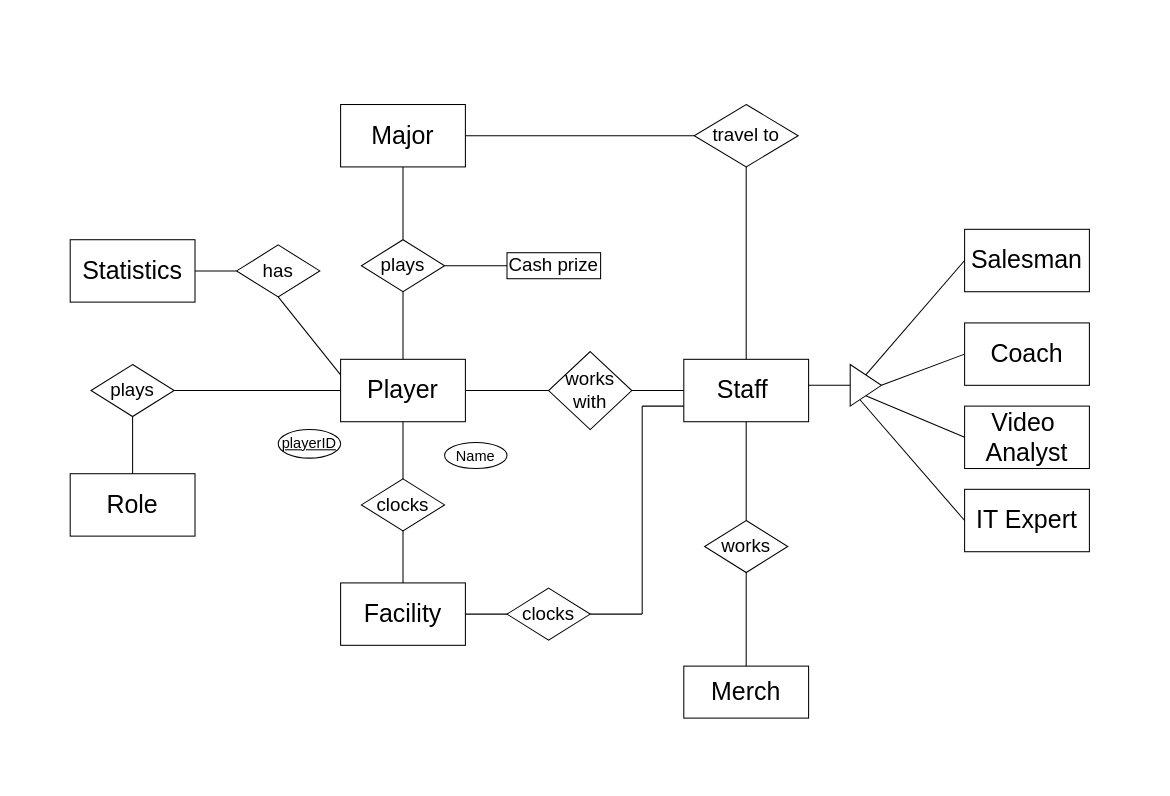
Above: diagrams/ERDATLFAZE.drawio in ad-discit/Awale-v2 (draw.io), before the change. Source tidied: cells renumbered, new cells numbered last; positions are measured from the earlier drawing's top-left corner, leaving out a move shared by most shapes. Both pictures are drawn from the tidied source at 104%, with x=0, y=0 at pixel (70, 104).
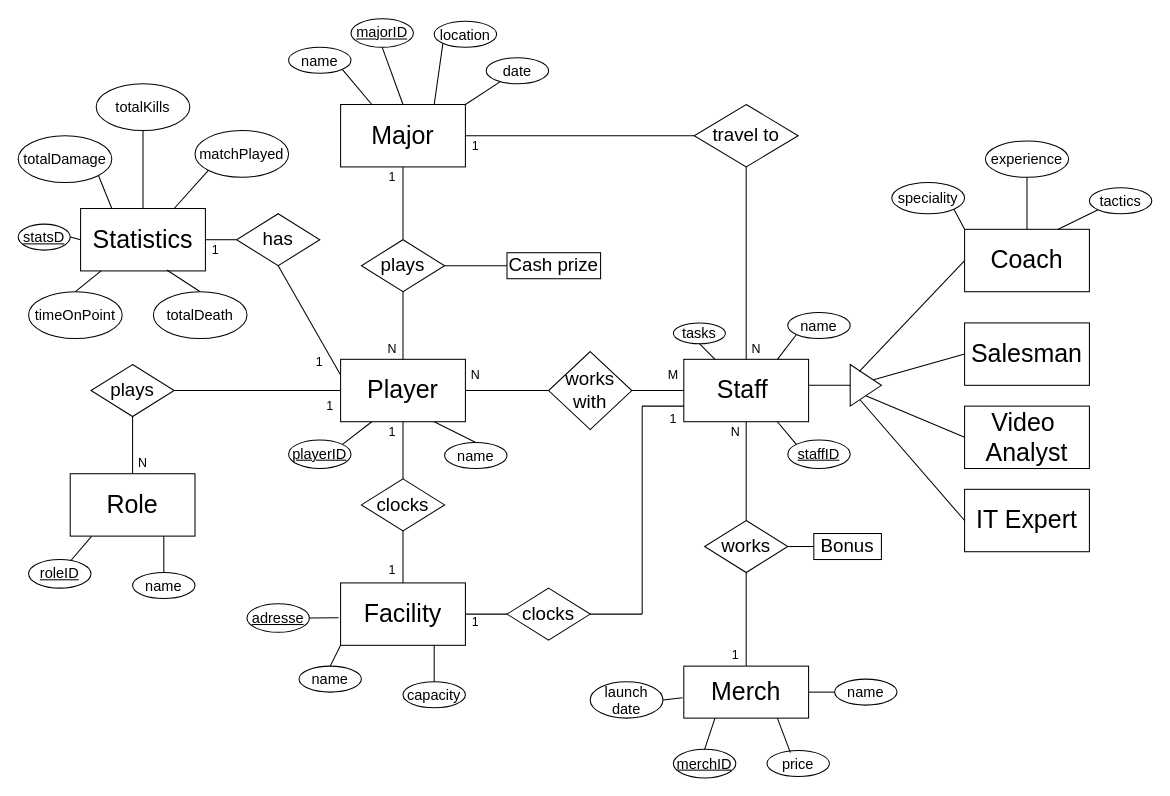
After the change.

Commit message (it also covers changes not shown here):
Mettre à jour ERDATLFAZE.drawio

Unchanged cells that the change refers to:
```xml
<mxCell id="2" value="&lt;font style=&quot;font-size: 24px;&quot;&gt;Player&lt;/font&gt;" style="rounded=0;whiteSpace=wrap;html=1;" parent="1" vertex="1">
  <mxGeometry x="260" y="245" width="120" height="60" as="geometry" />
</mxCell>
<mxCell id="3" value="&lt;font style=&quot;font-size: 24px;&quot;&gt;Major&lt;/font&gt;" style="rounded=0;whiteSpace=wrap;html=1;" parent="1" vertex="1">
  <mxGeometry x="260" width="120" height="60" as="geometry" />
</mxCell>
<mxCell id="5" value="&lt;font style=&quot;font-size: 24px;&quot;&gt;Facility&lt;/font&gt;" style="rounded=0;whiteSpace=wrap;html=1;" parent="1" vertex="1">
  <mxGeometry x="260" y="460" width="120" height="60" as="geometry" />
</mxCell>
<mxCell id="6" value="&lt;font style=&quot;font-size: 24px;&quot;&gt;Staff&amp;nbsp;&lt;/font&gt;" style="rounded=0;whiteSpace=wrap;html=1;" parent="1" vertex="1">
  <mxGeometry x="590" y="245" width="120" height="60" as="geometry" />
</mxCell>
<mxCell id="7" value="&lt;font style=&quot;font-size: 24px;&quot;&gt;Merch&lt;/font&gt;" style="rounded=0;whiteSpace=wrap;html=1;" parent="1" vertex="1">
  <mxGeometry x="590" y="540" width="120" height="50" as="geometry" />
</mxCell>
<mxCell id="12" value="&lt;font style=&quot;font-size: 24px;&quot;&gt;Role&lt;/font&gt;" style="rounded=0;whiteSpace=wrap;html=1;" parent="1" vertex="1">
  <mxGeometry y="355" width="120" height="60" as="geometry" />
</mxCell>
<mxCell id="17" value="&lt;font style=&quot;font-size: 18px;&quot;&gt;works&lt;/font&gt;" style="rhombus;whiteSpace=wrap;html=1;" parent="1" vertex="1">
  <mxGeometry x="610" y="400" width="80" height="50" as="geometry" />
</mxCell>
<mxCell id="18" style="triangle;whiteSpace=wrap;html=1;" parent="1" vertex="1">
  <mxGeometry x="750" y="250" width="30" height="40" as="geometry" />
</mxCell>
```

What changed in the source:
```diff
@@
     <mxCell id="4" value="&lt;font style=&quot;font-size: 24px;&quot;&gt;Statistics&lt;/font&gt;" style="rounded=0;whiteSpace=wrap;html=1;" parent="1" vertex="1">
-      <mxGeometry y="130" width="120" height="60" as="geometry" />
+      <mxGeometry x="10" y="100" width="120" height="60" as="geometry" />
     </mxCell>
@@
     <mxCell id="8" value="&lt;font style=&quot;font-size: 24px;&quot;&gt;Salesman&lt;/font&gt;" style="rounded=0;whiteSpace=wrap;html=1;" parent="1" vertex="1">
-      <mxGeometry x="860" y="120" width="120" height="60" as="geometry" />
+      <mxGeometry x="860" y="210" width="120" height="60" as="geometry" />
     </mxCell>
     <mxCell id="9" value="&lt;font style=&quot;font-size: 24px;&quot;&gt;Coach&lt;/font&gt;" style="rounded=0;whiteSpace=wrap;html=1;" parent="1" vertex="1">
-      <mxGeometry x="860" y="210" width="120" height="60" as="geometry" />
+      <mxGeometry x="860" y="120" width="120" height="60" as="geometry" />
     </mxCell>
@@
     <mxCell id="19" value="&lt;font style=&quot;font-size: 18px;&quot;&gt;has&lt;/font&gt;" style="rhombus;whiteSpace=wrap;html=1;" parent="1" vertex="1">
-      <mxGeometry x="160" y="135" width="80" height="50" as="geometry" />
+      <mxGeometry x="160" y="105" width="80" height="50" as="geometry" />
     </mxCell>
@@
-    <mxCell id="36" style="endArrow=none;html=1;rounded=0;exitX=0;exitY=0.5;exitDx=0;exitDy=0;entryX=0.5;entryY=0;entryDx=0;entryDy=0;" parent="1" edge="1" source="8" target="18">
+    <mxCell id="36" style="endArrow=none;html=1;rounded=0;exitX=0;exitY=0.5;exitDx=0;exitDy=0;entryX=0.752;entryY=0.364;entryDx=0;entryDy=0;entryPerimeter=0;" parent="1" edge="1" source="8" target="18">
       <mxGeometry relative="1" as="geometry" />
     </mxCell>
-    <mxCell id="37" style="endArrow=none;html=1;rounded=0;exitX=0;exitY=0.5;exitDx=0;exitDy=0;" parent="1" edge="1" source="9">
-      <mxGeometry relative="1" as="geometry">
-        <mxPoint x="780" y="270" as="targetPoint" />
-      </mxGeometry>
+    <mxCell id="37" style="endArrow=none;html=1;rounded=0;exitX=0;exitY=0.5;exitDx=0;exitDy=0;entryX=0.288;entryY=0.173;entryDx=0;entryDy=0;entryPerimeter=0;" parent="1" edge="1" source="9" target="18">
+      <mxGeometry relative="1" as="geometry" />
     </mxCell>
@@
     <mxCell id="47" value="&lt;u&gt;&lt;font style=&quot;font-size: 14px;&quot;&gt;playerID&lt;/font&gt;&lt;/u&gt;" style="ellipse;whiteSpace=wrap;html=1;" parent="1" vertex="1">
-      <mxGeometry x="200" y="312.5" width="60" height="27.5" as="geometry" />
+      <mxGeometry x="210" y="322.5" width="60" height="27.5" as="geometry" />
     </mxCell>
-    <mxCell id="48" value="&lt;font style=&quot;font-size: 14px;&quot;&gt;Name&lt;/font&gt;" style="ellipse;whiteSpace=wrap;html=1;" parent="1" vertex="1">
+    <mxCell id="48" value="&lt;font style=&quot;font-size: 14px;&quot;&gt;name&lt;/font&gt;" style="ellipse;whiteSpace=wrap;html=1;" parent="1" vertex="1">
       <mxGeometry x="360" y="325" width="60" height="25" as="geometry" />
     </mxCell>
+    <mxCell id="49" value="&lt;font style=&quot;font-size: 14px;&quot;&gt;name&lt;/font&gt;" style="ellipse;whiteSpace=wrap;html=1;" parent="1" vertex="1">
+      <mxGeometry x="690" y="200" width="60" height="25" as="geometry" />
+    </mxCell>
+    <mxCell id="50" value="&lt;u&gt;&lt;font style=&quot;font-size: 14px;&quot;&gt;staffID&lt;/font&gt;&lt;/u&gt;" style="ellipse;whiteSpace=wrap;html=1;" parent="1" vertex="1">
+      <mxGeometry x="690" y="322.5" width="60" height="27.5" as="geometry" />
+    </mxCell>
+    <mxCell id="51" value="&lt;font style=&quot;font-size: 14px;&quot;&gt;experience&lt;/font&gt;" style="ellipse;whiteSpace=wrap;html=1;" parent="1" vertex="1">
+      <mxGeometry x="880" y="35" width="80" height="35" as="geometry" />
+    </mxCell>
+    <mxCell id="52" value="&lt;font style=&quot;font-size: 14px;&quot;&gt;tactics&lt;/font&gt;" style="ellipse;whiteSpace=wrap;html=1;" parent="1" vertex="1">
+      <mxGeometry x="980" y="80" width="60" height="25" as="geometry" />
+    </mxCell>
+    <mxCell id="53" value="&lt;font style=&quot;font-size: 14px;&quot;&gt;speciality&lt;/font&gt;" style="ellipse;whiteSpace=wrap;html=1;" parent="1" vertex="1">
+      <mxGeometry x="790" y="75" width="70" height="30" as="geometry" />
+    </mxCell>
+    <mxCell id="54" value="&lt;font style=&quot;font-size: 14px;&quot;&gt;tasks&lt;/font&gt;" style="ellipse;whiteSpace=wrap;html=1;" parent="1" vertex="1">
+      <mxGeometry x="580" y="210" width="50" height="20" as="geometry" />
+    </mxCell>
+    <mxCell id="55" value="&lt;u&gt;&lt;font style=&quot;font-size: 14px;&quot;&gt;merchID&lt;/font&gt;&lt;/u&gt;" style="ellipse;whiteSpace=wrap;html=1;" parent="1" vertex="1">
+      <mxGeometry x="580" y="620" width="60" height="27.5" as="geometry" />
+    </mxCell>
+    <mxCell id="56" value="&lt;font style=&quot;font-size: 14px;&quot;&gt;name&lt;/font&gt;" style="ellipse;whiteSpace=wrap;html=1;" parent="1" vertex="1">
+      <mxGeometry x="735" y="552.5" width="60" height="25" as="geometry" />
+    </mxCell>
+    <mxCell id="57" value="&lt;font style=&quot;font-size: 14px;&quot;&gt;launch&lt;/font&gt;&lt;div&gt;&lt;font style=&quot;font-size: 14px;&quot;&gt;date&lt;/font&gt;&lt;/div&gt;" style="ellipse;whiteSpace=wrap;html=1;" parent="1" vertex="1">
+      <mxGeometry x="500" y="555" width="70" height="35" as="geometry" />
+    </mxCell>
+    <mxCell id="58" value="&lt;font style=&quot;font-size: 14px;&quot;&gt;price&lt;/font&gt;" style="ellipse;whiteSpace=wrap;html=1;" parent="1" vertex="1">
+      <mxGeometry x="670" y="621.2" width="60" height="25" as="geometry" />
+    </mxCell>
+    <mxCell id="59" value="&lt;u&gt;&lt;font style=&quot;font-size: 14px;&quot;&gt;adresse&lt;/font&gt;&lt;/u&gt;" style="ellipse;whiteSpace=wrap;html=1;" parent="1" vertex="1">
+      <mxGeometry x="170" y="480" width="60" height="27.5" as="geometry" />
+    </mxCell>
+    <mxCell id="60" value="&lt;font style=&quot;font-size: 14px;&quot;&gt;name&lt;/font&gt;" style="ellipse;whiteSpace=wrap;html=1;" parent="1" vertex="1">
+      <mxGeometry x="220" y="540" width="60" height="25" as="geometry" />
+    </mxCell>
+    <mxCell id="61" value="&lt;font style=&quot;font-size: 14px;&quot;&gt;capacity&lt;/font&gt;" style="ellipse;whiteSpace=wrap;html=1;" parent="1" vertex="1">
+      <mxGeometry x="320" y="555" width="60" height="25" as="geometry" />
+    </mxCell>
+    <mxCell id="62" value="&lt;u&gt;&lt;font style=&quot;font-size: 14px;&quot;&gt;roleID&lt;/font&gt;&lt;/u&gt;" style="ellipse;whiteSpace=wrap;html=1;" parent="1" vertex="1">
+      <mxGeometry x="-40" y="437.5" width="60" height="27.5" as="geometry" />
+    </mxCell>
+    <mxCell id="63" value="&lt;u&gt;&lt;font style=&quot;font-size: 14px;&quot;&gt;statsD&lt;/font&gt;&lt;/u&gt;" style="ellipse;whiteSpace=wrap;html=1;" parent="1" vertex="1">
+      <mxGeometry x="-50" y="115" width="50" height="25" as="geometry" />
+    </mxCell>
+    <mxCell id="64" value="&lt;font style=&quot;font-size: 14px;&quot;&gt;name&lt;/font&gt;" style="ellipse;whiteSpace=wrap;html=1;" parent="1" vertex="1">
+      <mxGeometry x="60" y="450" width="60" height="25" as="geometry" />
+    </mxCell>
+    <mxCell id="65" value="&lt;font style=&quot;font-size: 14px;&quot;&gt;matchPlayed&lt;/font&gt;" style="ellipse;whiteSpace=wrap;html=1;" parent="1" vertex="1">
+      <mxGeometry x="120" y="25" width="90" height="45" as="geometry" />
+    </mxCell>
+    <mxCell id="66" value="&lt;font style=&quot;font-size: 14px;&quot;&gt;totalDamage&lt;/font&gt;" style="ellipse;whiteSpace=wrap;html=1;" parent="1" vertex="1">
+      <mxGeometry x="-50" y="30" width="90" height="45" as="geometry" />
+    </mxCell>
+    <mxCell id="67" value="&lt;span style=&quot;font-size: 14px;&quot;&gt;timeOnPoint&lt;/span&gt;" style="ellipse;whiteSpace=wrap;html=1;" parent="1" vertex="1">
+      <mxGeometry x="-40" y="180" width="90" height="45" as="geometry" />
+    </mxCell>
+    <mxCell id="68" value="&lt;font style=&quot;font-size: 14px;&quot;&gt;totalDeath&lt;/font&gt;" style="ellipse;whiteSpace=wrap;html=1;" parent="1" vertex="1">
+      <mxGeometry x="80" y="180" width="90" height="45" as="geometry" />
+    </mxCell>
+    <mxCell id="69" value="&lt;font style=&quot;font-size: 14px;&quot;&gt;totalKills&lt;/font&gt;" style="ellipse;whiteSpace=wrap;html=1;" parent="1" vertex="1">
+      <mxGeometry x="25" y="-20" width="90" height="45" as="geometry" />
+    </mxCell>
+    <mxCell id="70" value="&lt;u&gt;&lt;font style=&quot;font-size: 14px;&quot;&gt;majorID&lt;/font&gt;&lt;/u&gt;" style="ellipse;whiteSpace=wrap;html=1;" parent="1" vertex="1">
+      <mxGeometry x="270" y="-82.5" width="60" height="27.5" as="geometry" />
+    </mxCell>
+    <mxCell id="71" value="&lt;font style=&quot;font-size: 14px;&quot;&gt;location&lt;/font&gt;" style="ellipse;whiteSpace=wrap;html=1;" parent="1" vertex="1">
+      <mxGeometry x="350" y="-80" width="60" height="25" as="geometry" />
+    </mxCell>
+    <mxCell id="72" value="&lt;font style=&quot;font-size: 14px;&quot;&gt;name&lt;/font&gt;" style="ellipse;whiteSpace=wrap;html=1;" parent="1" vertex="1">
+      <mxGeometry x="210" y="-55" width="60" height="25" as="geometry" />
+    </mxCell>
+    <mxCell id="73" value="&lt;font style=&quot;font-size: 14px;&quot;&gt;date&lt;/font&gt;" style="ellipse;whiteSpace=wrap;html=1;" parent="1" vertex="1">
+      <mxGeometry x="400" y="-45" width="60" height="25" as="geometry" />
+    </mxCell>
+    <mxCell id="74" value="&lt;font style=&quot;font-size: 18px;&quot;&gt;Bonus&lt;/font&gt;" style="rounded=0;whiteSpace=wrap;html=1;" parent="1" vertex="1">
+      <mxGeometry x="715" y="412.5" width="65" height="25" as="geometry" />
+    </mxCell>
+    <mxCell id="75" style="endArrow=none;html=1;rounded=0;exitX=1;exitY=0.5;exitDx=0;exitDy=0;entryX=0;entryY=0.5;entryDx=0;entryDy=0;" parent="1" edge="1" source="17" target="74">
+      <mxGeometry relative="1" as="geometry" />
+    </mxCell>
+    <mxCell id="76" style="endArrow=none;html=1;rounded=0;exitX=1;exitY=0.5;exitDx=0;exitDy=0;entryX=0;entryY=0.5;entryDx=0;entryDy=0;" parent="1" edge="1" source="7" target="56">
+      <mxGeometry relative="1" as="geometry" />
+    </mxCell>
+    <mxCell id="77" style="endArrow=none;html=1;rounded=0;exitX=0.75;exitY=1;exitDx=0;exitDy=0;entryX=0.375;entryY=0.08;entryDx=0;entryDy=0;entryPerimeter=0;" parent="1" edge="1" source="7" target="58">
+      <mxGeometry relative="1" as="geometry" />
+    </mxCell>
+    <mxCell id="78" style="endArrow=none;html=1;rounded=0;exitX=0.25;exitY=1;exitDx=0;exitDy=0;entryX=0.5;entryY=0;entryDx=0;entryDy=0;" parent="1" edge="1" source="7" target="55">
+      <mxGeometry relative="1" as="geometry" />
+    </mxCell>
+    <mxCell id="79" style="endArrow=none;html=1;rounded=0;exitX=-0.01;exitY=0.61;exitDx=0;exitDy=0;entryX=1;entryY=0.5;entryDx=0;entryDy=0;exitPerimeter=0;" parent="1" edge="1" source="7" target="57">
+      <mxGeometry relative="1" as="geometry" />
+    </mxCell>
+    <mxCell id="80" style="endArrow=none;html=1;rounded=0;exitX=0.5;exitY=0;exitDx=0;exitDy=0;entryX=0;entryY=1;entryDx=0;entryDy=0;" parent="1" edge="1" source="60" target="5">
+      <mxGeometry relative="1" as="geometry" />
+    </mxCell>
+    <mxCell id="81" style="endArrow=none;html=1;rounded=0;exitX=1;exitY=0.5;exitDx=0;exitDy=0;entryX=-0.016;entryY=0.558;entryDx=0;entryDy=0;entryPerimeter=0;" parent="1" edge="1" source="59" target="5">
+      <mxGeometry relative="1" as="geometry" />
+    </mxCell>
+    <mxCell id="82" style="endArrow=none;html=1;rounded=0;exitX=0.75;exitY=1;exitDx=0;exitDy=0;entryX=0.5;entryY=0;entryDx=0;entryDy=0;" parent="1" edge="1" source="5" target="61">
+      <mxGeometry relative="1" as="geometry" />
+    </mxCell>
+    <mxCell id="83" style="endArrow=none;html=1;rounded=0;exitX=0.75;exitY=1;exitDx=0;exitDy=0;entryX=0.5;entryY=0;entryDx=0;entryDy=0;" parent="1" edge="1" source="12" target="64">
+      <mxGeometry relative="1" as="geometry" />
+    </mxCell>
+    <mxCell id="84" style="endArrow=none;html=1;rounded=0;exitX=0.171;exitY=1.003;exitDx=0;exitDy=0;exitPerimeter=0;" parent="1" edge="1" source="12" target="62">
+      <mxGeometry relative="1" as="geometry" />
+    </mxCell>
+    <mxCell id="85" style="endArrow=none;html=1;rounded=0;exitX=0.5;exitY=0;exitDx=0;exitDy=0;entryX=0.164;entryY=1;entryDx=0;entryDy=0;entryPerimeter=0;" parent="1" edge="1" source="67" target="4">
+      <mxGeometry relative="1" as="geometry" />
+    </mxCell>
+    <mxCell id="86" style="endArrow=none;html=1;rounded=0;exitX=0.5;exitY=0;exitDx=0;exitDy=0;entryX=0.691;entryY=0.986;entryDx=0;entryDy=0;entryPerimeter=0;" parent="1" edge="1" source="68" target="4">
+      <mxGeometry relative="1" as="geometry" />
+    </mxCell>
+    <mxCell id="87" style="endArrow=none;html=1;rounded=0;exitX=0;exitY=0.5;exitDx=0;exitDy=0;entryX=1;entryY=0.5;entryDx=0;entryDy=0;" parent="1" edge="1" source="4" target="63">
+      <mxGeometry relative="1" as="geometry" />
+    </mxCell>
+    <mxCell id="88" style="endArrow=none;html=1;rounded=0;exitX=0.25;exitY=0;exitDx=0;exitDy=0;entryX=1;entryY=1;entryDx=0;entryDy=0;" parent="1" edge="1" source="4" target="66">
+      <mxGeometry relative="1" as="geometry" />
+    </mxCell>
+    <mxCell id="89" style="endArrow=none;html=1;rounded=0;exitX=0.5;exitY=0;exitDx=0;exitDy=0;entryX=0.5;entryY=1;entryDx=0;entryDy=0;" parent="1" edge="1" source="4" target="69">
+      <mxGeometry relative="1" as="geometry" />
+    </mxCell>
+    <mxCell id="90" style="endArrow=none;html=1;rounded=0;exitX=0.75;exitY=0;exitDx=0;exitDy=0;entryX=0;entryY=1;entryDx=0;entryDy=0;" parent="1" edge="1" source="4" target="65">
+      <mxGeometry relative="1" as="geometry" />
+    </mxCell>
+    <mxCell id="91" style="endArrow=none;html=1;rounded=0;exitX=0.25;exitY=0;exitDx=0;exitDy=0;entryX=1;entryY=1;entryDx=0;entryDy=0;" parent="1" edge="1" source="3" target="72">
+      <mxGeometry relative="1" as="geometry" />
+    </mxCell>
+    <mxCell id="92" style="endArrow=none;html=1;rounded=0;exitX=0.5;exitY=0;exitDx=0;exitDy=0;entryX=0.5;entryY=1;entryDx=0;entryDy=0;" parent="1" edge="1" source="3" target="70">
+      <mxGeometry relative="1" as="geometry" />
+    </mxCell>
+    <mxCell id="93" style="endArrow=none;html=1;rounded=0;exitX=0.75;exitY=0;exitDx=0;exitDy=0;entryX=0;entryY=1;entryDx=0;entryDy=0;" parent="1" edge="1" source="3" target="71">
+      <mxGeometry relative="1" as="geometry" />
+    </mxCell>
+    <mxCell id="94" style="endArrow=none;html=1;rounded=0;exitX=1;exitY=0;exitDx=0;exitDy=0;" parent="1" edge="1" source="3" target="73">
+      <mxGeometry relative="1" as="geometry" />
+    </mxCell>
+    <mxCell id="95" style="endArrow=none;html=1;rounded=0;exitX=0.75;exitY=1;exitDx=0;exitDy=0;entryX=0.5;entryY=0;entryDx=0;entryDy=0;" parent="1" edge="1" source="2" target="48">
+      <mxGeometry relative="1" as="geometry" />
+    </mxCell>
+    <mxCell id="96" style="endArrow=none;html=1;rounded=0;exitX=0.25;exitY=1;exitDx=0;exitDy=0;entryX=1;entryY=0;entryDx=0;entryDy=0;" parent="1" edge="1" source="2" target="47">
+      <mxGeometry relative="1" as="geometry" />
+    </mxCell>
+    <mxCell id="97" style="endArrow=none;html=1;rounded=0;exitX=0.75;exitY=0;exitDx=0;exitDy=0;entryX=0;entryY=1;entryDx=0;entryDy=0;" parent="1" edge="1" source="6" target="49">
+      <mxGeometry relative="1" as="geometry" />
+    </mxCell>
+    <mxCell id="98" style="endArrow=none;html=1;rounded=0;exitX=0.5;exitY=1;exitDx=0;exitDy=0;entryX=0.25;entryY=0;entryDx=0;entryDy=0;" parent="1" edge="1" source="54" target="6">
+      <mxGeometry relative="1" as="geometry" />
+    </mxCell>
+    <mxCell id="99" style="endArrow=none;html=1;rounded=0;exitX=0;exitY=1;exitDx=0;exitDy=0;entryX=0.75;entryY=0;entryDx=0;entryDy=0;" parent="1" edge="1" source="52" target="9">
+      <mxGeometry relative="1" as="geometry" />
+    </mxCell>
+    <mxCell id="100" style="endArrow=none;html=1;rounded=0;exitX=0.5;exitY=1;exitDx=0;exitDy=0;entryX=0.5;entryY=0;entryDx=0;entryDy=0;" parent="1" edge="1" source="51" target="9">
+      <mxGeometry relative="1" as="geometry" />
+    </mxCell>
+    <mxCell id="101" style="endArrow=none;html=1;rounded=0;exitX=1;exitY=1;exitDx=0;exitDy=0;entryX=0;entryY=0;entryDx=0;entryDy=0;" parent="1" edge="1" source="53" target="9">
+      <mxGeometry relative="1" as="geometry" />
+    </mxCell>
+    <mxCell id="102" style="endArrow=none;html=1;rounded=0;exitX=0.75;exitY=1;exitDx=0;exitDy=0;entryX=0;entryY=0;entryDx=0;entryDy=0;" parent="1" edge="1" source="6" target="50">
+      <mxGeometry relative="1" as="geometry" />
+    </mxCell>
+    <mxCell id="103" value="N" style="text;html=1;align=center;verticalAlign=middle;whiteSpace=wrap;rounded=0;" parent="1" vertex="1">
+      <mxGeometry x="60" y="335" width="20" height="20" as="geometry" />
+    </mxCell>
+    <mxCell id="104" value="N" style="text;html=1;align=center;verticalAlign=middle;whiteSpace=wrap;rounded=0;" parent="1" vertex="1">
+      <mxGeometry x="300" y="225" width="20" height="20" as="geometry" />
+    </mxCell>
+    <mxCell id="105" value="N" style="text;html=1;align=center;verticalAlign=middle;whiteSpace=wrap;rounded=0;" parent="1" vertex="1">
+      <mxGeometry x="380" y="250" width="20" height="20" as="geometry" />
+    </mxCell>
+    <mxCell id="106" value="N" style="text;html=1;align=center;verticalAlign=middle;whiteSpace=wrap;rounded=0;" parent="1" vertex="1">
+      <mxGeometry x="650" y="225" width="20" height="20" as="geometry" />
+    </mxCell>
+    <mxCell id="107" value="N" style="text;html=1;align=center;verticalAlign=middle;whiteSpace=wrap;rounded=0;" parent="1" vertex="1">
+      <mxGeometry x="630" y="305" width="20" height="20" as="geometry" />
+    </mxCell>
+    <mxCell id="108" value="M" style="text;html=1;align=center;verticalAlign=middle;whiteSpace=wrap;rounded=0;" parent="1" vertex="1">
+      <mxGeometry x="570" y="250" width="20" height="20" as="geometry" />
+    </mxCell>
+    <mxCell id="109" value="1" style="text;html=1;align=center;verticalAlign=middle;whiteSpace=wrap;rounded=0;" parent="1" vertex="1">
+      <mxGeometry x="240" y="280" width="20" height="20" as="geometry" />
+    </mxCell>
+    <mxCell id="110" value="1" style="text;html=1;align=center;verticalAlign=middle;whiteSpace=wrap;rounded=0;" parent="1" vertex="1">
+      <mxGeometry x="230" y="237.5" width="20" height="20" as="geometry" />
+    </mxCell>
+    <mxCell id="111" value="1" style="text;html=1;align=center;verticalAlign=middle;whiteSpace=wrap;rounded=0;" parent="1" vertex="1">
+      <mxGeometry x="130" y="130" width="20" height="20" as="geometry" />
+    </mxCell>
+    <mxCell id="112" value="1" style="text;html=1;align=center;verticalAlign=middle;whiteSpace=wrap;rounded=0;" parent="1" vertex="1">
+      <mxGeometry x="300" y="305" width="20" height="20" as="geometry" />
+    </mxCell>
+    <mxCell id="113" value="1" style="text;html=1;align=center;verticalAlign=middle;whiteSpace=wrap;rounded=0;" parent="1" vertex="1">
+      <mxGeometry x="300" y="437.5" width="20" height="20" as="geometry" />
+    </mxCell>
+    <mxCell id="114" value="1" style="text;html=1;align=center;verticalAlign=middle;whiteSpace=wrap;rounded=0;" parent="1" vertex="1">
+      <mxGeometry x="380" y="487.5" width="20" height="20" as="geometry" />
+    </mxCell>
+    <mxCell id="115" value="1" style="text;html=1;align=center;verticalAlign=middle;whiteSpace=wrap;rounded=0;" parent="1" vertex="1">
+      <mxGeometry x="570" y="292.5" width="20" height="20" as="geometry" />
+    </mxCell>
+    <mxCell id="116" value="1" style="text;html=1;align=center;verticalAlign=middle;whiteSpace=wrap;rounded=0;" parent="1" vertex="1">
+      <mxGeometry x="630" y="520" width="20" height="20" as="geometry" />
+    </mxCell>
+    <mxCell id="117" value="1" style="text;html=1;align=center;verticalAlign=middle;whiteSpace=wrap;rounded=0;" parent="1" vertex="1">
+      <mxGeometry x="380" y="30" width="20" height="20" as="geometry" />
+    </mxCell>
+    <mxCell id="118" value="1" style="text;html=1;align=center;verticalAlign=middle;whiteSpace=wrap;rounded=0;" parent="1" vertex="1">
+      <mxGeometry x="300" y="60" width="20" height="20" as="geometry" />
+    </mxCell>
```
